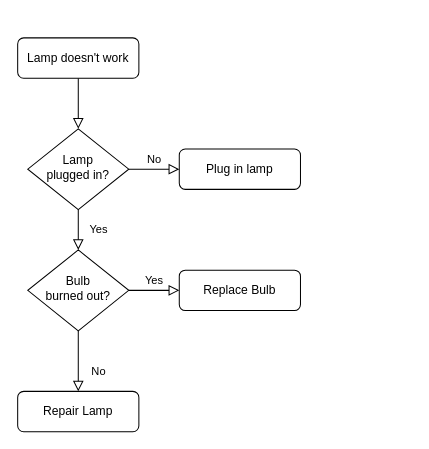
This is FlowChart Diagram.drawio from LiorX51/Chess, a draw.io file, before an edit. Source tidied: cells renumbered, new cells numbered last; positions are measured from the earlier drawing's top-left corner, leaving out a move shared by most shapes. Both pictures are drawn from the tidied source at 101%, with x=0, y=0 at pixel (17, 37).
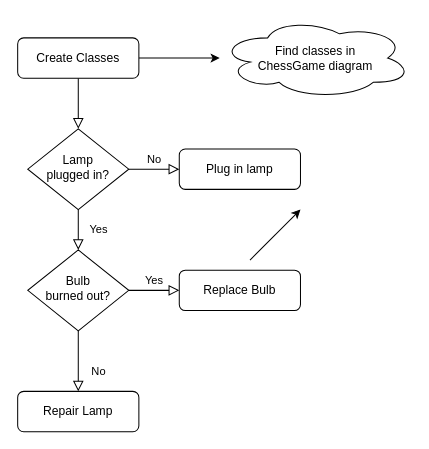
Above is the later version.

Change to the diagram source:
```diff
@@
 <mxGraphModel>
   <root>
     <mxCell id="0" />
     <mxCell id="1" parent="0" />
     <mxCell id="2" style="rounded=0;html=1;jettySize=auto;fontSize=11;endArrow=block;endFill=0;endSize=8;strokeWidth=1;shadow=0;labelBackgroundColor=none;edgeStyle=orthogonalEdgeStyle;" parent="1" edge="1" source="3" target="6">
       <mxGeometry relative="1" as="geometry" />
     </mxCell>
+    <mxCell id="13" style="edgeStyle=orthogonalEdgeStyle;rounded=0;jettySize=auto;html=1;" parent="1" edge="1" source="3" target="15">
+      <mxGeometry relative="1" as="geometry" />
+    </mxCell>
-    <mxCell id="3" value="Lamp doesn't work" style="rounded=1;whiteSpace=wrap;html=1;fontSize=12;glass=0;strokeWidth=1;shadow=0;" parent="1" vertex="1">
+    <mxCell id="3" value="Create Classes" style="rounded=1;whiteSpace=wrap;html=1;fontSize=12;glass=0;strokeWidth=1;shadow=0;" parent="1" vertex="1">
       <mxGeometry width="120" height="40" as="geometry" />
     </mxCell>
     <mxCell id="4" value="Yes" style="rounded=0;html=1;jettySize=auto;fontSize=11;endArrow=block;endFill=0;endSize=8;strokeWidth=1;shadow=0;labelBackgroundColor=none;edgeStyle=orthogonalEdgeStyle;" parent="1" edge="1" source="6" target="10">
       <mxGeometry y="20" relative="1" as="geometry" />
     </mxCell>
     <mxCell id="5" value="No" style="edgeStyle=orthogonalEdgeStyle;rounded=0;html=1;jettySize=auto;fontSize=11;endArrow=block;endFill=0;endSize=8;strokeWidth=1;shadow=0;labelBackgroundColor=none;" parent="1" edge="1" source="6" target="7">
       <mxGeometry y="10" relative="1" as="geometry" />
     </mxCell>
     <mxCell id="6" value="Lamp&lt;br&gt;plugged in?" style="rhombus;whiteSpace=wrap;html=1;shadow=0;fontFamily=Helvetica;fontSize=12;align=center;strokeWidth=1;spacing=6;spacingTop=-4;" parent="1" vertex="1">
       <mxGeometry x="10" y="90" width="100" height="80" as="geometry" />
     </mxCell>
     <mxCell id="7" value="Plug in lamp" style="rounded=1;whiteSpace=wrap;html=1;fontSize=12;glass=0;strokeWidth=1;shadow=0;" parent="1" vertex="1">
       <mxGeometry x="160" y="110" width="120" height="40" as="geometry" />
     </mxCell>
     <mxCell id="8" value="No" style="rounded=0;html=1;jettySize=auto;fontSize=11;endArrow=block;endFill=0;endSize=8;strokeWidth=1;shadow=0;labelBackgroundColor=none;edgeStyle=orthogonalEdgeStyle;" parent="1" edge="1" source="10" target="11">
       <mxGeometry x="0.33" y="20" relative="1" as="geometry" />
     </mxCell>
     <mxCell id="9" value="Yes" style="edgeStyle=orthogonalEdgeStyle;rounded=0;html=1;jettySize=auto;fontSize=11;endArrow=block;endFill=0;endSize=8;strokeWidth=1;shadow=0;labelBackgroundColor=none;" parent="1" edge="1" source="10" target="12">
       <mxGeometry y="10" relative="1" as="geometry" />
     </mxCell>
     <mxCell id="10" value="Bulb&lt;br&gt;burned out?" style="rhombus;whiteSpace=wrap;html=1;shadow=0;fontFamily=Helvetica;fontSize=12;align=center;strokeWidth=1;spacing=6;spacingTop=-4;" parent="1" vertex="1">
       <mxGeometry x="10" y="210" width="100" height="80" as="geometry" />
     </mxCell>
     <mxCell id="11" value="Repair Lamp" style="rounded=1;whiteSpace=wrap;html=1;fontSize=12;glass=0;strokeWidth=1;shadow=0;" parent="1" vertex="1">
       <mxGeometry y="350" width="120" height="40" as="geometry" />
     </mxCell>
     <mxCell id="12" value="Replace Bulb" style="rounded=1;whiteSpace=wrap;html=1;fontSize=12;glass=0;strokeWidth=1;shadow=0;" parent="1" vertex="1">
       <mxGeometry x="160" y="230" width="120" height="40" as="geometry" />
     </mxCell>
+    <mxCell id="14" style="endArrow=classic;html=1;" parent="1" edge="1">
+      <mxGeometry relative="1" as="geometry">
+        <mxPoint x="230" y="220" as="sourcePoint" />
+        <mxPoint x="280" y="170" as="targetPoint" />
+      </mxGeometry>
+    </mxCell>
+    <mxCell id="15" value="Find classes in&lt;br&gt;ChessGame diagram" style="ellipse;shape=cloud;whiteSpace=wrap;html=1;rounded=1;shadow=0;strokeWidth=1;glass=0;" parent="1" vertex="1">
+      <mxGeometry x="200" y="-20" width="190" height="80" as="geometry" />
+    </mxCell>
   </root>
 </mxGraphModel>
```
